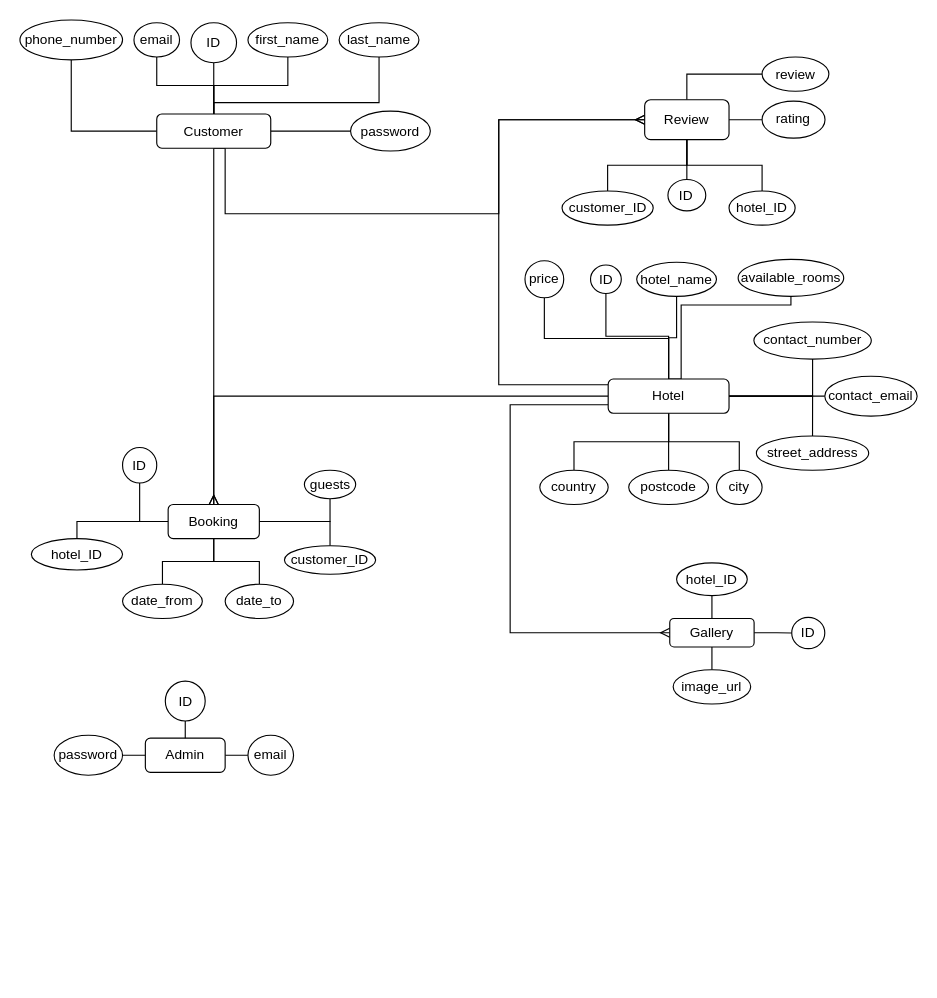
Before: getaway_ERD.drawio in J4CKINS/getaway, a draw.io diagram. Source tidied: cells renumbered, new cells numbered last; positions are measured from the earlier drawing's top-left corner, leaving out a move shared by most shapes. Both pictures are drawn from the tidied source at 114%, with x=0, y=0 at pixel (19, 19).
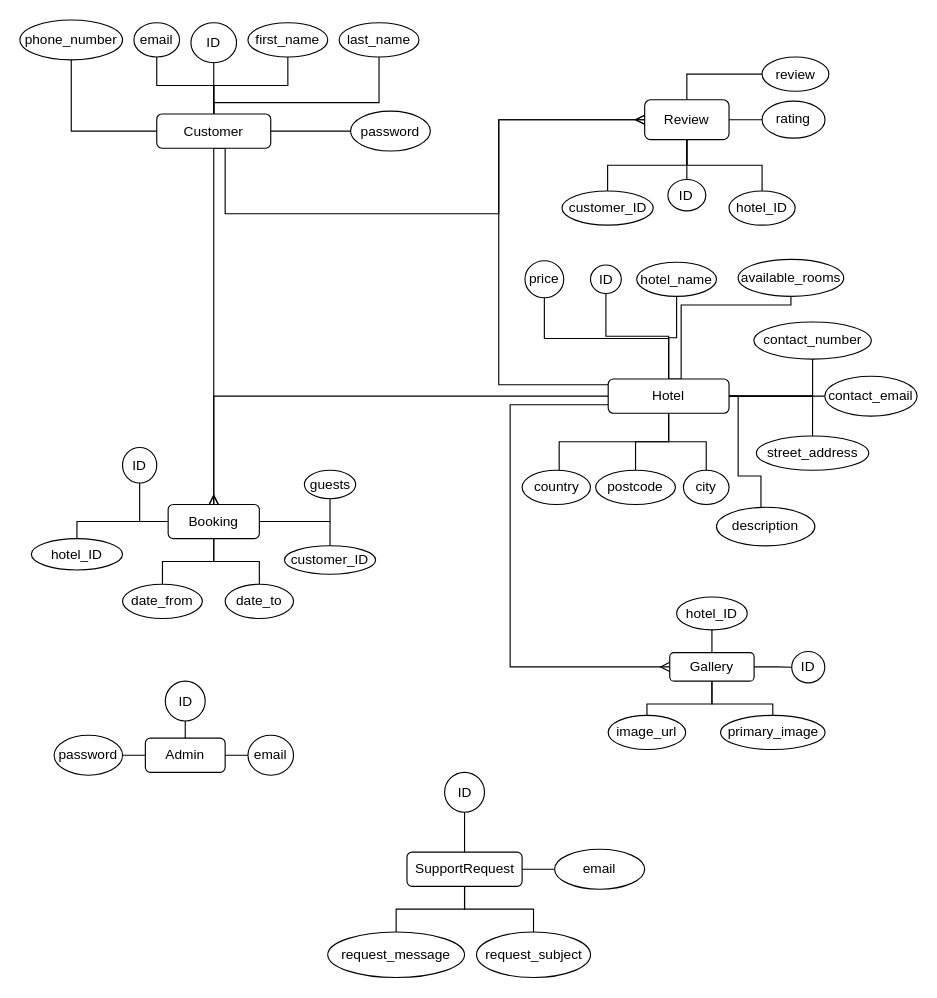
The same page after the edit.

Unchanged cells that the change refers to:
```xml
<mxCell id="30" value="Hotel" style="rounded=1;whiteSpace=wrap;html=1;" parent="1" vertex="1">
  <mxGeometry x="516" y="315" width="106" height="30" as="geometry" />
</mxCell>
```

Change to the diagram source:
```diff
@@
     <mxCell id="22" style="edgeStyle=orthogonalEdgeStyle;rounded=0;jettySize=auto;html=1;endArrow=none;endFill=0;" parent="1" edge="1" source="30" target="39">
-      <mxGeometry relative="1" as="geometry" />
+      <mxGeometry relative="1" as="geometry">
+        <Array as="points">
+          <mxPoint x="569" y="370" />
+          <mxPoint x="473" y="370" />
+        </Array>
+      </mxGeometry>
     </mxCell>
@@
     <mxCell id="25" style="edgeStyle=orthogonalEdgeStyle;rounded=0;jettySize=auto;html=1;exitX=0;exitY=0.75;exitDx=0;exitDy=0;entryX=0;entryY=0.5;entryDx=0;entryDy=0;endArrow=ERmany;endFill=0;" parent="1" edge="1" source="30" target="66">
       <mxGeometry relative="1" as="geometry">
         <Array as="points">
           <mxPoint x="430" y="338" />
-          <mxPoint x="430" y="538" />
+          <mxPoint x="430" y="568" />
         </Array>
       </mxGeometry>
     </mxCell>
@@
+    <mxCell id="79" style="edgeStyle=orthogonalEdgeStyle;rounded=0;jettySize=auto;html=1;endArrow=none;endFill=0;" parent="1" edge="1" source="30" target="81">
+      <mxGeometry relative="1" as="geometry">
+        <Array as="points">
+          <mxPoint x="630" y="330" />
+          <mxPoint x="630" y="400" />
+          <mxPoint x="650" y="400" />
+        </Array>
+      </mxGeometry>
+    </mxCell>
@@
     <mxCell id="36" value="city" style="ellipse;whiteSpace=wrap;html=1;rounded=1;" parent="1" vertex="1">
-      <mxGeometry x="611" y="395" width="40" height="30" as="geometry" />
+      <mxGeometry x="582" y="395" width="40" height="30" as="geometry" />
     </mxCell>
@@
     <mxCell id="38" value="postcode" style="ellipse;whiteSpace=wrap;html=1;rounded=1;" parent="1" vertex="1">
-      <mxGeometry x="534" y="395" width="70" height="30" as="geometry" />
+      <mxGeometry x="505" y="395" width="70" height="30" as="geometry" />
     </mxCell>
     <mxCell id="39" value="country" style="ellipse;whiteSpace=wrap;html=1;rounded=1;" parent="1" vertex="1">
-      <mxGeometry x="456" y="395" width="60" height="30" as="geometry" />
+      <mxGeometry x="440.5" y="395" width="60" height="30" as="geometry" />
     </mxCell>
@@
+    <mxCell id="80" style="edgeStyle=orthogonalEdgeStyle;rounded=0;jettySize=auto;html=1;endArrow=none;endFill=0;" parent="1" edge="1" source="66" target="82">
+      <mxGeometry relative="1" as="geometry" />
+    </mxCell>
     <mxCell id="66" value="Gallery" style="rounded=1;whiteSpace=wrap;html=1;" parent="1" vertex="1">
-      <mxGeometry x="570" y="525" width="74" height="25" as="geometry" />
+      <mxGeometry x="570" y="555" width="74" height="25" as="geometry" />
     </mxCell>
     <mxCell id="67" value="ID" style="ellipse;whiteSpace=wrap;html=1;rounded=1;" parent="1" vertex="1">
-      <mxGeometry x="677" y="524" width="29" height="27.5" as="geometry" />
+      <mxGeometry x="677" y="554" width="29" height="27.5" as="geometry" />
     </mxCell>
     <mxCell id="68" value="image_url" style="ellipse;whiteSpace=wrap;html=1;rounded=1;" parent="1" vertex="1">
-      <mxGeometry x="573" y="570" width="68" height="30" as="geometry" />
+      <mxGeometry x="516" y="610" width="68" height="30" as="geometry" />
     </mxCell>
     <mxCell id="69" value="hotel_ID" style="ellipse;whiteSpace=wrap;html=1;rounded=1;" parent="1" vertex="1">
-      <mxGeometry x="576" y="476.2" width="62" height="28.8" as="geometry" />
+      <mxGeometry x="576" y="506.2" width="62" height="28.8" as="geometry" />
     </mxCell>
@@
+    <mxCell id="81" value="description" style="ellipse;whiteSpace=wrap;html=1;rounded=1;" parent="1" vertex="1">
+      <mxGeometry x="611" y="427.5" width="86.3" height="33.8" as="geometry" />
+    </mxCell>
+    <mxCell id="82" value="primary_image" style="ellipse;whiteSpace=wrap;html=1;rounded=1;" parent="1" vertex="1">
+      <mxGeometry x="614.6" y="610" width="91.6" height="30" as="geometry" />
+    </mxCell>
+    <mxCell id="83" style="edgeStyle=orthogonalEdgeStyle;rounded=0;jettySize=auto;html=1;endArrow=none;endFill=0;" parent="1" edge="1" source="87" target="88">
+      <mxGeometry relative="1" as="geometry" />
+    </mxCell>
+    <mxCell id="84" style="edgeStyle=orthogonalEdgeStyle;rounded=0;jettySize=auto;html=1;endArrow=none;endFill=0;" parent="1" edge="1" source="87" target="89">
+      <mxGeometry relative="1" as="geometry" />
+    </mxCell>
+    <mxCell id="85" style="edgeStyle=orthogonalEdgeStyle;rounded=0;jettySize=auto;html=1;endArrow=none;endFill=0;" parent="1" edge="1" source="87" target="90">
+      <mxGeometry relative="1" as="geometry" />
+    </mxCell>
+    <mxCell id="86" style="edgeStyle=orthogonalEdgeStyle;rounded=0;jettySize=auto;html=1;endArrow=none;endFill=0;" parent="1" edge="1" source="87" target="91">
+      <mxGeometry relative="1" as="geometry">
+        <Array as="points">
+          <mxPoint x="390" y="780" />
+          <mxPoint x="330" y="780" />
+        </Array>
+      </mxGeometry>
+    </mxCell>
+    <mxCell id="87" value="SupportRequest" style="rounded=1;whiteSpace=wrap;html=1;" parent="1" vertex="1">
+      <mxGeometry x="339.5" y="730" width="101" height="30" as="geometry" />
+    </mxCell>
+    <mxCell id="88" value="ID" style="ellipse;whiteSpace=wrap;html=1;rounded=1;" parent="1" vertex="1">
+      <mxGeometry x="372.5" y="660" width="35" height="35" as="geometry" />
+    </mxCell>
+    <mxCell id="89" value="email" style="ellipse;whiteSpace=wrap;html=1;rounded=1;" parent="1" vertex="1">
+      <mxGeometry x="469" y="727.5" width="79" height="35" as="geometry" />
+    </mxCell>
+    <mxCell id="90" value="request_subject" style="ellipse;whiteSpace=wrap;html=1;rounded=1;" parent="1" vertex="1">
+      <mxGeometry x="400.5" y="800" width="100" height="40" as="geometry" />
+    </mxCell>
+    <mxCell id="91" value="request_message" style="ellipse;whiteSpace=wrap;html=1;rounded=1;" parent="1" vertex="1">
+      <mxGeometry x="270" y="800" width="120" height="40" as="geometry" />
+    </mxCell>
```
